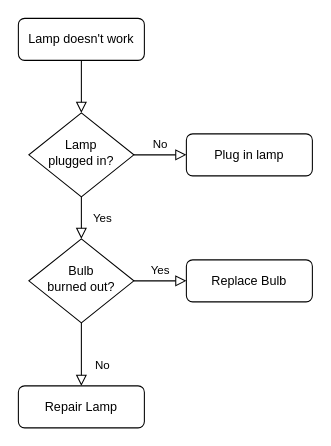
hubertus65/modelica-buildings keeps this draw.io diagram as Buildings/Untitled Diagram.drawio. Above is the earlier version. Source tidied: cells renumbered, new cells numbered last; positions are measured from the earlier drawing's top-left corner, leaving out a move shared by most shapes. Both pictures are drawn from the tidied source at 105%, with x=0, y=0 at pixel (18, 18).
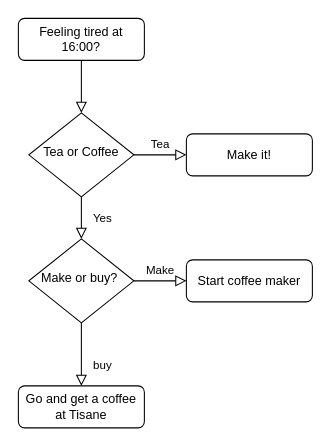
The same page after the edit.

Diff of the diagram source:
```diff
@@
 <mxGraphModel>
   <root>
     <mxCell id="0" />
     <mxCell id="1" parent="0" />
     <mxCell id="2" style="rounded=0;html=1;jettySize=auto;fontSize=11;endArrow=block;endFill=0;endSize=8;strokeWidth=1;shadow=0;labelBackgroundColor=none;edgeStyle=orthogonalEdgeStyle;" parent="1" edge="1" source="3" target="6">
       <mxGeometry relative="1" as="geometry" />
     </mxCell>
-    <mxCell id="3" value="Lamp doesn't work" style="rounded=1;whiteSpace=wrap;html=1;fontSize=12;glass=0;strokeWidth=1;shadow=0;" parent="1" vertex="1">
+    <mxCell id="3" value="Feeling tired at 16:00?" style="rounded=1;whiteSpace=wrap;html=1;fontSize=12;glass=0;strokeWidth=1;shadow=0;" parent="1" vertex="1">
       <mxGeometry width="120" height="40" as="geometry" />
     </mxCell>
     <mxCell id="4" value="Yes" style="rounded=0;html=1;jettySize=auto;fontSize=11;endArrow=block;endFill=0;endSize=8;strokeWidth=1;shadow=0;labelBackgroundColor=none;edgeStyle=orthogonalEdgeStyle;" parent="1" edge="1" source="6" target="10">
       <mxGeometry y="20" relative="1" as="geometry" />
     </mxCell>
-    <mxCell id="5" value="No" style="edgeStyle=orthogonalEdgeStyle;rounded=0;html=1;jettySize=auto;fontSize=11;endArrow=block;endFill=0;endSize=8;strokeWidth=1;shadow=0;labelBackgroundColor=none;" parent="1" edge="1" source="6" target="7">
+    <mxCell id="5" value="Tea" style="edgeStyle=orthogonalEdgeStyle;rounded=0;html=1;jettySize=auto;fontSize=11;endArrow=block;endFill=0;endSize=8;strokeWidth=1;shadow=0;labelBackgroundColor=none;" parent="1" edge="1" source="6" target="7">
       <mxGeometry y="10" relative="1" as="geometry" />
     </mxCell>
-    <mxCell id="6" value="Lamp&lt;br&gt;plugged in?" style="rhombus;whiteSpace=wrap;html=1;shadow=0;fontFamily=Helvetica;fontSize=12;align=center;strokeWidth=1;spacing=6;spacingTop=-4;" parent="1" vertex="1">
+    <mxCell id="6" value="Tea or Coffee" style="rhombus;whiteSpace=wrap;html=1;shadow=0;fontFamily=Helvetica;fontSize=12;align=center;strokeWidth=1;spacing=6;spacingTop=-4;" parent="1" vertex="1">
       <mxGeometry x="10" y="90" width="100" height="80" as="geometry" />
     </mxCell>
-    <mxCell id="7" value="Plug in lamp" style="rounded=1;whiteSpace=wrap;html=1;fontSize=12;glass=0;strokeWidth=1;shadow=0;" parent="1" vertex="1">
+    <mxCell id="7" value="Make it!" style="rounded=1;whiteSpace=wrap;html=1;fontSize=12;glass=0;strokeWidth=1;shadow=0;" parent="1" vertex="1">
       <mxGeometry x="160" y="110" width="120" height="40" as="geometry" />
     </mxCell>
-    <mxCell id="8" value="No" style="rounded=0;html=1;jettySize=auto;fontSize=11;endArrow=block;endFill=0;endSize=8;strokeWidth=1;shadow=0;labelBackgroundColor=none;edgeStyle=orthogonalEdgeStyle;" parent="1" edge="1" source="10" target="11">
+    <mxCell id="8" value="buy" style="rounded=0;html=1;jettySize=auto;fontSize=11;endArrow=block;endFill=0;endSize=8;strokeWidth=1;shadow=0;labelBackgroundColor=none;edgeStyle=orthogonalEdgeStyle;" parent="1" edge="1" source="10" target="11">
       <mxGeometry x="0.33" y="20" relative="1" as="geometry" />
     </mxCell>
-    <mxCell id="9" value="Yes" style="edgeStyle=orthogonalEdgeStyle;rounded=0;html=1;jettySize=auto;fontSize=11;endArrow=block;endFill=0;endSize=8;strokeWidth=1;shadow=0;labelBackgroundColor=none;" parent="1" edge="1" source="10" target="12">
+    <mxCell id="9" value="Make" style="edgeStyle=orthogonalEdgeStyle;rounded=0;html=1;jettySize=auto;fontSize=11;endArrow=block;endFill=0;endSize=8;strokeWidth=1;shadow=0;labelBackgroundColor=none;" parent="1" edge="1" source="10" target="12">
       <mxGeometry y="10" relative="1" as="geometry" />
     </mxCell>
-    <mxCell id="10" value="Bulb&lt;br&gt;burned out?" style="rhombus;whiteSpace=wrap;html=1;shadow=0;fontFamily=Helvetica;fontSize=12;align=center;strokeWidth=1;spacing=6;spacingTop=-4;" parent="1" vertex="1">
+    <mxCell id="10" value="Make or buy?&amp;nbsp;" style="rhombus;whiteSpace=wrap;html=1;shadow=0;fontFamily=Helvetica;fontSize=12;align=center;strokeWidth=1;spacing=6;spacingTop=-4;" parent="1" vertex="1">
       <mxGeometry x="10" y="210" width="100" height="80" as="geometry" />
     </mxCell>
-    <mxCell id="11" value="Repair Lamp" style="rounded=1;whiteSpace=wrap;html=1;fontSize=12;glass=0;strokeWidth=1;shadow=0;" parent="1" vertex="1">
+    <mxCell id="11" value="Go and get a coffee at Tisane" style="rounded=1;whiteSpace=wrap;html=1;fontSize=12;glass=0;strokeWidth=1;shadow=0;" parent="1" vertex="1">
       <mxGeometry y="350" width="120" height="40" as="geometry" />
     </mxCell>
-    <mxCell id="12" value="Replace Bulb" style="rounded=1;whiteSpace=wrap;html=1;fontSize=12;glass=0;strokeWidth=1;shadow=0;" parent="1" vertex="1">
+    <mxCell id="12" value="Start coffee maker" style="rounded=1;whiteSpace=wrap;html=1;fontSize=12;glass=0;strokeWidth=1;shadow=0;" parent="1" vertex="1">
       <mxGeometry x="160" y="230" width="120" height="40" as="geometry" />
     </mxCell>
   </root>
 </mxGraphModel>
```
